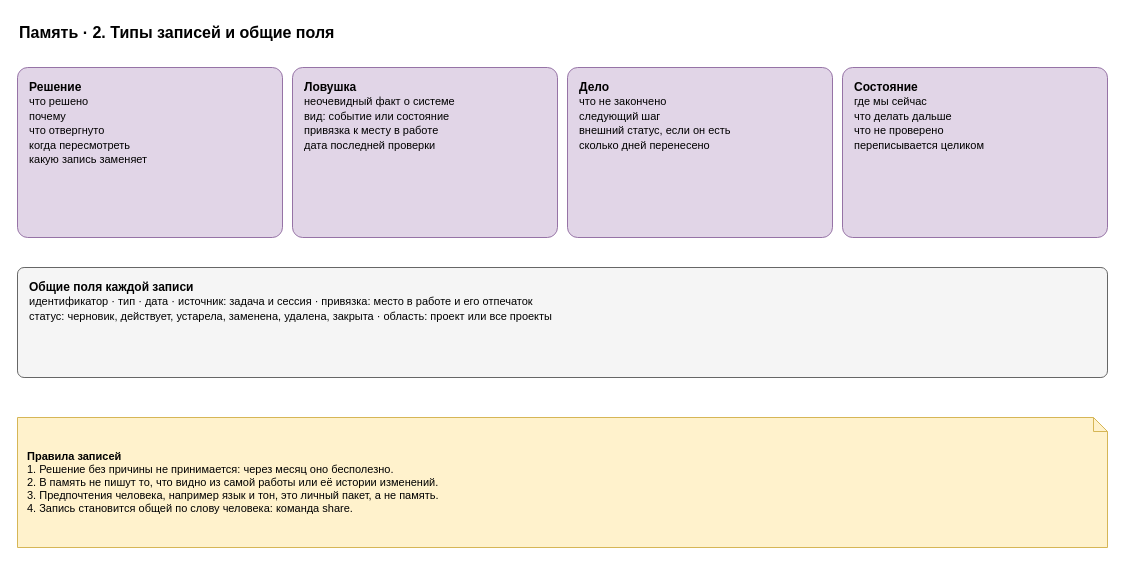
Earlier version of the draw.io diagram page "2. Типы записей" (2 of 7) of docs/spec/harness-memory.drawio (roygkov/reins). Source tidied: cells renumbered, new cells numbered last; positions are measured from the earlier drawing's top-left corner, leaving out a move shared by most shapes. Both pictures are drawn from the tidied source at 100%, with x=0, y=0 at pixel (17, 17).
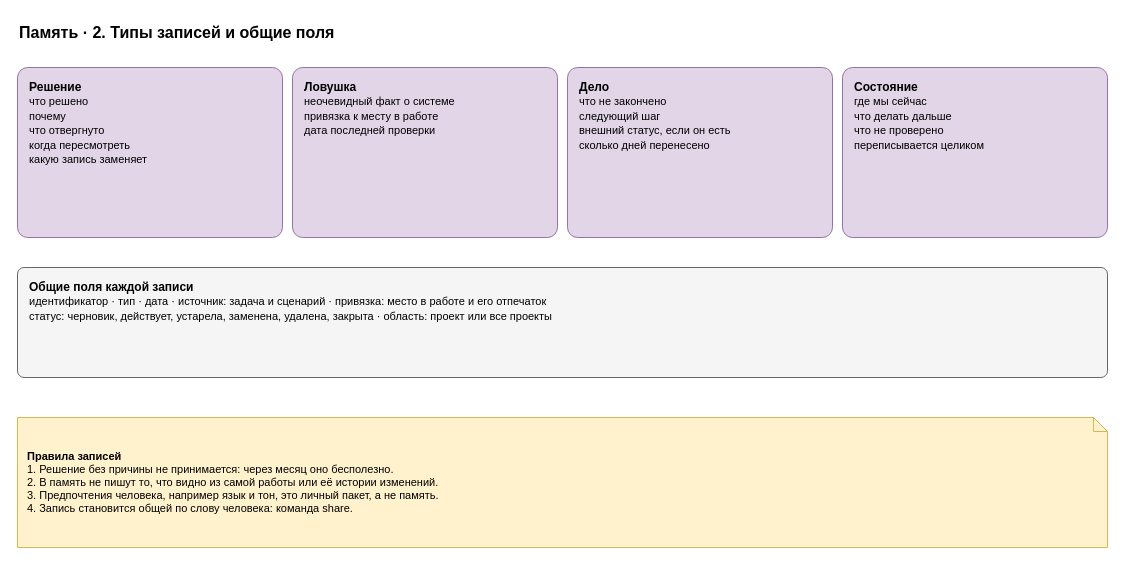
The same page after the edit.

What changed in the source:
```diff
@@
 <mxGraphModel>
   <root>
     <mxCell id="0" />
     <mxCell id="1" parent="0" />
     <mxCell id="2" value="Память · 2. Типы записей и общие поля" style="text;html=1;align=left;verticalAlign=middle;whiteSpace=wrap;fontSize=16;strokeColor=none;fillColor=none;fontStyle=1;" parent="1" vertex="1">
       <mxGeometry width="900" height="30" as="geometry" />
     </mxCell>
     <mxCell id="3" value="&lt;b&gt;Решение&lt;/b&gt;&lt;br&gt;&lt;font style=&quot;font-size:11px&quot;&gt;что решено&lt;br&gt;почему&lt;br&gt;что отвергнуто&lt;br&gt;когда пересмотреть&lt;br&gt;какую запись заменяет&lt;/font&gt;" style="rounded=1;whiteSpace=wrap;html=1;fillColor=#e1d5e7;strokeColor=#9673a6;arcSize=6;align=left;verticalAlign=top;spacingLeft=10;spacingTop=6;spacingRight=6;" parent="1" vertex="1">
       <mxGeometry y="50" width="265" height="170" as="geometry" />
     </mxCell>
-    <mxCell id="4" value="&lt;b&gt;Ловушка&lt;/b&gt;&lt;br&gt;&lt;font style=&quot;font-size:11px&quot;&gt;неочевидный факт о системе&lt;br&gt;вид: событие или состояние&lt;br&gt;привязка к месту в работе&lt;br&gt;дата последней проверки&lt;/font&gt;" style="rounded=1;whiteSpace=wrap;html=1;fillColor=#e1d5e7;strokeColor=#9673a6;arcSize=6;align=left;verticalAlign=top;spacingLeft=10;spacingTop=6;spacingRight=6;" parent="1" vertex="1">
+    <mxCell id="4" value="&lt;b&gt;Ловушка&lt;/b&gt;&lt;br&gt;&lt;font style=&quot;font-size:11px&quot;&gt;неочевидный факт о системе&lt;br&gt;привязка к месту в работе&lt;br&gt;дата последней проверки&lt;/font&gt;" style="rounded=1;whiteSpace=wrap;html=1;fillColor=#e1d5e7;strokeColor=#9673a6;arcSize=6;align=left;verticalAlign=top;spacingLeft=10;spacingTop=6;spacingRight=6;" parent="1" vertex="1">
       <mxGeometry x="275" y="50" width="265" height="170" as="geometry" />
     </mxCell>
     <mxCell id="5" value="&lt;b&gt;Дело&lt;/b&gt;&lt;br&gt;&lt;font style=&quot;font-size:11px&quot;&gt;что не закончено&lt;br&gt;следующий шаг&lt;br&gt;внешний статус, если он есть&lt;br&gt;сколько дней перенесено&lt;/font&gt;" style="rounded=1;whiteSpace=wrap;html=1;fillColor=#e1d5e7;strokeColor=#9673a6;arcSize=6;align=left;verticalAlign=top;spacingLeft=10;spacingTop=6;spacingRight=6;" parent="1" vertex="1">
       <mxGeometry x="550" y="50" width="265" height="170" as="geometry" />
     </mxCell>
     <mxCell id="6" value="&lt;b&gt;Состояние&lt;/b&gt;&lt;br&gt;&lt;font style=&quot;font-size:11px&quot;&gt;где мы сейчас&lt;br&gt;что делать дальше&lt;br&gt;что не проверено&lt;br&gt;переписывается целиком&lt;/font&gt;" style="rounded=1;whiteSpace=wrap;html=1;fillColor=#e1d5e7;strokeColor=#9673a6;arcSize=6;align=left;verticalAlign=top;spacingLeft=10;spacingTop=6;spacingRight=6;" parent="1" vertex="1">
       <mxGeometry x="825" y="50" width="265" height="170" as="geometry" />
     </mxCell>
-    <mxCell id="7" value="&lt;b&gt;Общие поля каждой записи&lt;/b&gt;&lt;br&gt;&lt;font style=&quot;font-size:11px&quot;&gt;идентификатор · тип · дата · источник: задача и сессия · привязка: место в работе и его отпечаток&lt;br&gt;статус: черновик, действует, устарела, заменена, удалена, закрыта · область: проект или все проекты&lt;/font&gt;" style="rounded=1;whiteSpace=wrap;html=1;fillColor=#f5f5f5;strokeColor=#666666;arcSize=6;align=left;verticalAlign=top;spacingLeft=10;spacingTop=6;spacingRight=6;" parent="1" vertex="1">
+    <mxCell id="7" value="&lt;b&gt;Общие поля каждой записи&lt;/b&gt;&lt;br&gt;&lt;font style=&quot;font-size:11px&quot;&gt;идентификатор · тип · дата · источник: задача и сценарий · привязка: место в работе и его отпечаток&lt;br&gt;статус: черновик, действует, устарела, заменена, удалена, закрыта · область: проект или все проекты&lt;/font&gt;" style="rounded=1;whiteSpace=wrap;html=1;fillColor=#f5f5f5;strokeColor=#666666;arcSize=6;align=left;verticalAlign=top;spacingLeft=10;spacingTop=6;spacingRight=6;" parent="1" vertex="1">
       <mxGeometry y="250" width="1090" height="110" as="geometry" />
     </mxCell>
     <mxCell id="8" value="&lt;b&gt;Правила записей&lt;/b&gt;&lt;br&gt;1. Решение без причины не принимается: через месяц оно бесполезно.&lt;br&gt;2. В память не пишут то, что видно из самой работы или её истории изменений.&lt;br&gt;3. Предпочтения человека, например язык и тон, это личный пакет, а не память.&lt;br&gt;4. Запись становится общей по слову человека: команда share." style="shape=note;whiteSpace=wrap;html=1;backgroundOutline=1;size=14;fillColor=#fff2cc;strokeColor=#d6b656;align=left;spacingLeft=8;spacingRight=8;fontSize=11;" parent="1" vertex="1">
       <mxGeometry y="400" width="1090" height="130" as="geometry" />
     </mxCell>
   </root>
 </mxGraphModel>
```
